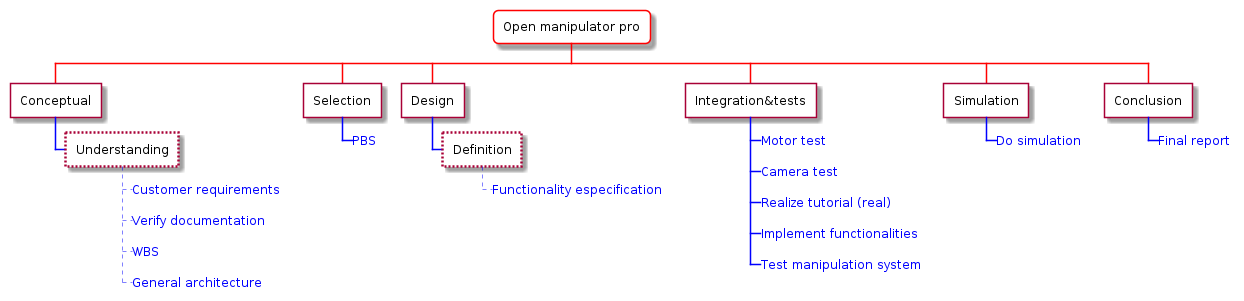
Above: openmanproject/wbs.png in aldenpower/plantumldiagrams (PlantUML), before the change. Source of this version:
```plantuml
@startwbs
<style>
wbsDiagram {
  // all lines (meaning connector and borders, there are no other lines in WBS) are black by default
  Linecolor black
  arrow {
    // note that connector are actually "arrow" even if they don't look like as arrow
    // This is to be consistent with other UML diagrams. Not 100% sure that it's a good idea
    // So now connector are blue
    LineColor blue
  }
  :depth(0) {
      // will target root node
      BackgroundColor White
      RoundCorner 10
      LineColor red
      // Because we are targetting depth(0) for everything, border and connector for level 0 will be red
  }
  arrow {
    :depth(2) {
      // Targetting only connector between Mexico-Chihuahua and USA-Texas
      LineColor blue
      LineStyle 4
      LineThickness .5
    }
  }

  node {
    :depth(1) {
      BackgroundColor White
    }

  node {
    :depth(2) {
      LineStyle 2
      LineThickness 2.5
      BackgroundColor White
    }
  }
  boxless {
    // will target boxless node with '_'
    FontColor blue
  }
}
</style>


* Open manipulator pro
** Conceptual

*** Understanding
****_ Customer requirements
****_ Verify documentation
****_ WBS
****_ General architecture

** Selection
***_ PBS

** Design
*** Definition
****_ Functionality especification

** Integration&tests
***_ Motor test
***_ Camera test
***_ Realize tutorial (real)
***_ Implement functionalities
***_ Test manipulation system

** Simulation
***_ Do simulation

** Conclusion
***_ Final report

@endwbs
```
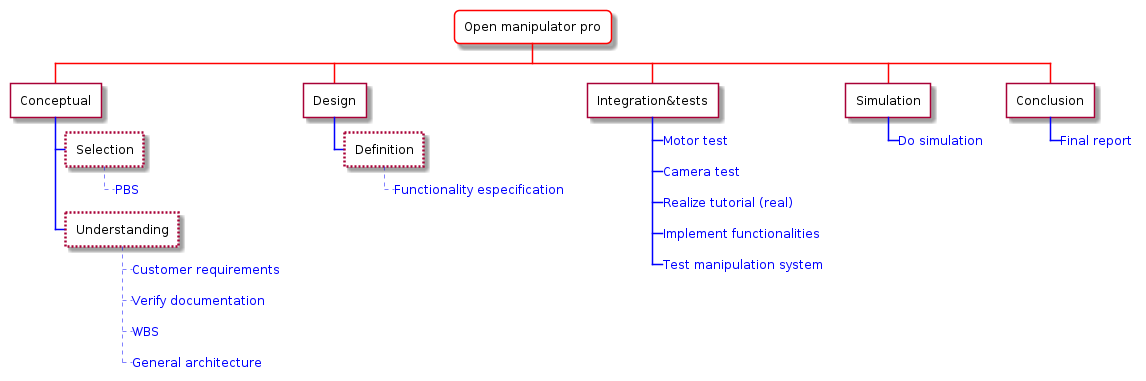
After the commit.

Change to the diagram source:
```diff
@@ -47,6 +47,8 @@
 
 * Open manipulator pro
 ** Conceptual
+*** Selection
+****_ PBS
 
 *** Understanding
 ****_ Customer requirements
@@ -54,8 +56,7 @@
 ****_ WBS
 ****_ General architecture
 
-** Selection
-***_ PBS
+
 
 ** Design
 *** Definition
```
